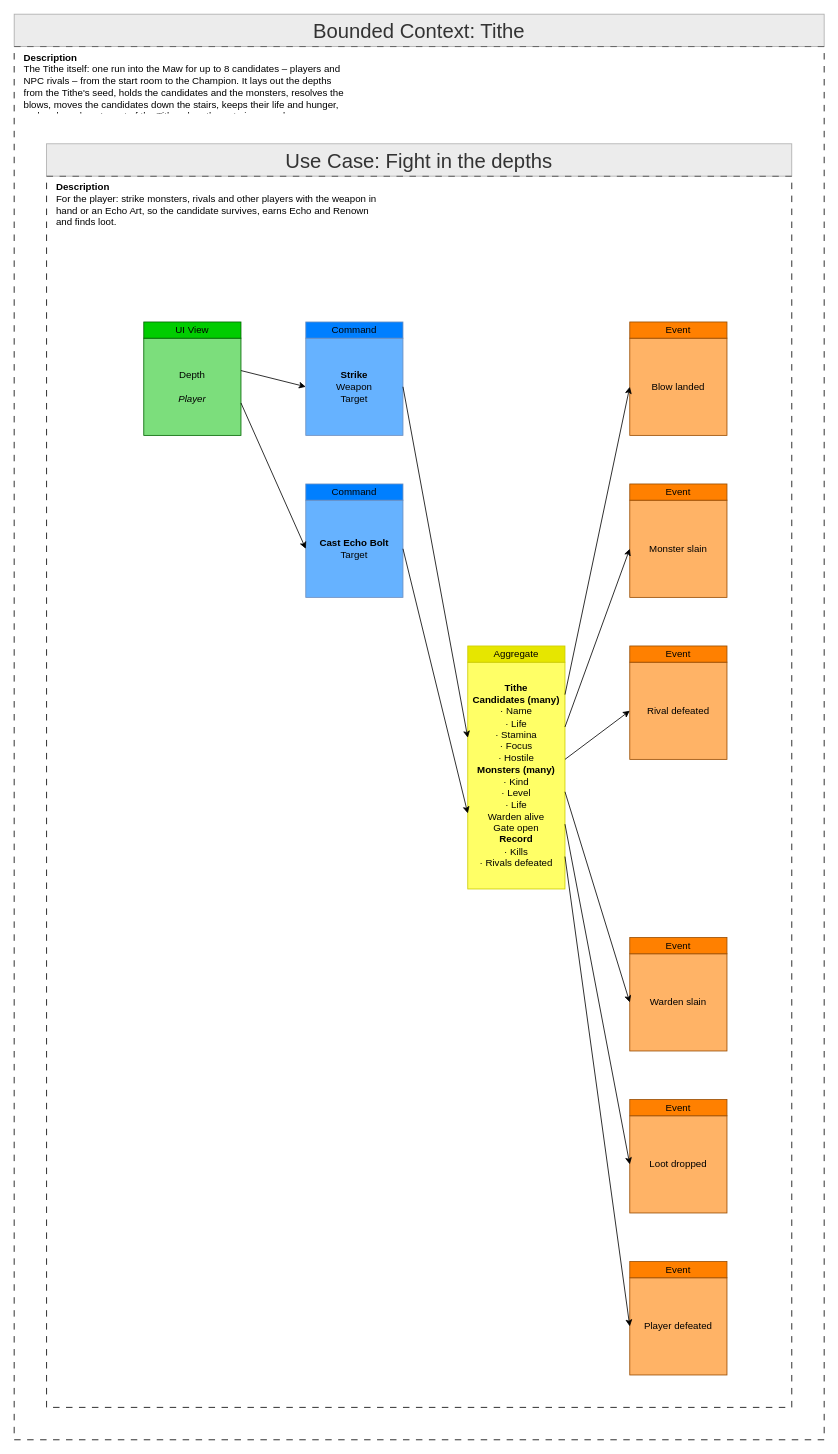
tokeboisen/themaw keeps this draw.io diagram as ProductOwner/contexts/tithe/models/Feature-011-fight-in-the-depths.drawio. Above is the earlier version. Source tidied: cells renumbered, new cells numbered last; positions are measured from the earlier drawing's top-left corner, leaving out a move shared by most shapes. Both pictures are drawn from the tidied source at 81%, with x=0, y=0 at pixel (14, 14).
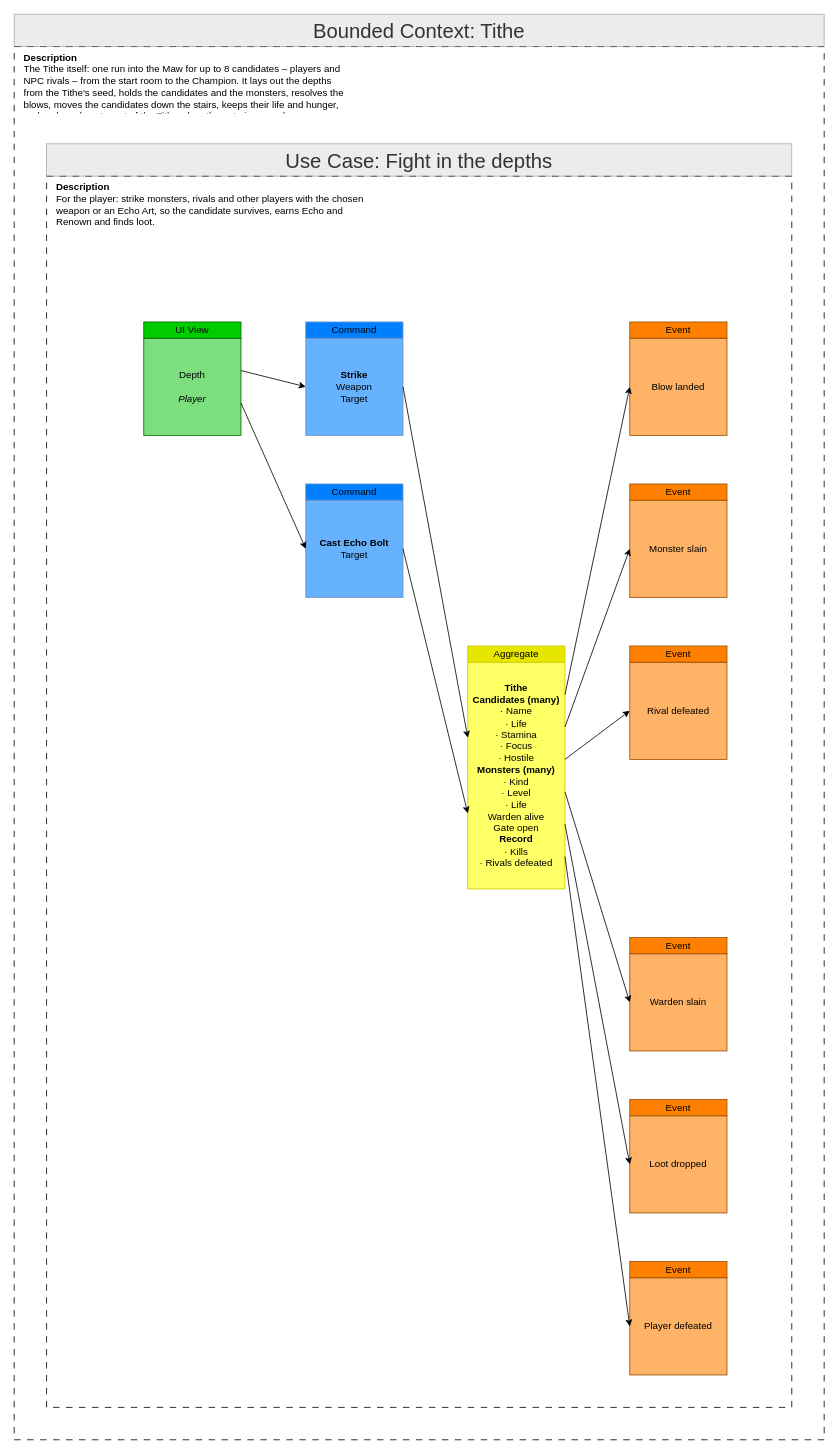
After the change.

What changed in the source:
```diff
@@
-    <mxCell id="7" value="&lt;div&gt;&lt;b&gt;Description&lt;/b&gt;&lt;/div&gt;For the player: strike monsters, rivals and other players with the weapon in hand or an Echo Art, so the candidate survives, earns Echo and Renown and finds loot." style="text;html=1;whiteSpace=wrap;overflow=hidden;rounded=0;strokeColor=none;fillColor=none;align=left;verticalAlign=top;" parent="1" vertex="1">
+    <mxCell id="7" value="&lt;div&gt;&lt;b&gt;Description&lt;/b&gt;&lt;/div&gt;For the player: strike monsters, rivals and other players with the chosen weapon or an Echo Art, so the candidate survives, earns Echo and Renown and finds loot." style="text;html=1;whiteSpace=wrap;overflow=hidden;rounded=0;strokeColor=none;fillColor=none;align=left;verticalAlign=top;" parent="1" vertex="1">
       <mxGeometry x="50" y="200" width="400" height="140" as="geometry" />
     </mxCell>
```
